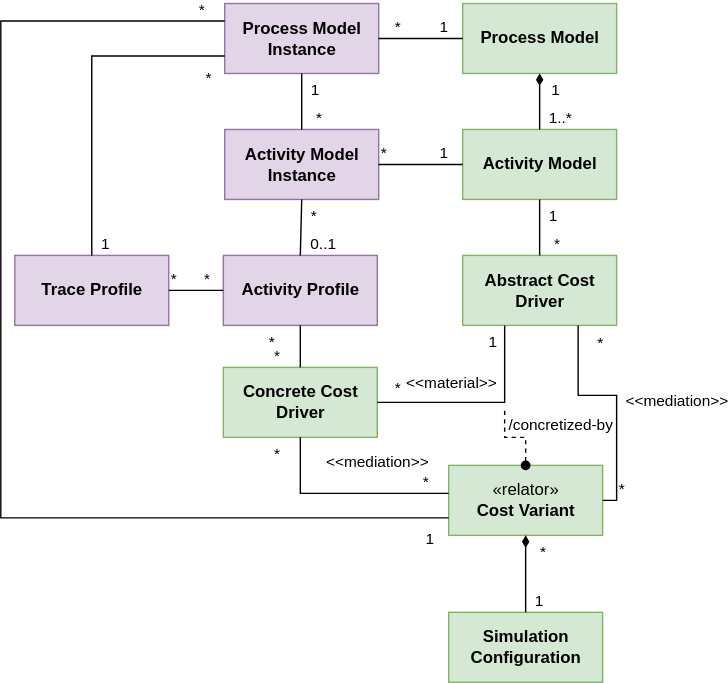
The draw.io diagram metamodel.svg in fyndalf/master-thesis, before a commit. Source tidied: cells renumbered, new cells last; positions are measured from the earlier drawing's top-left corner, leaving out a move shared by most shapes.
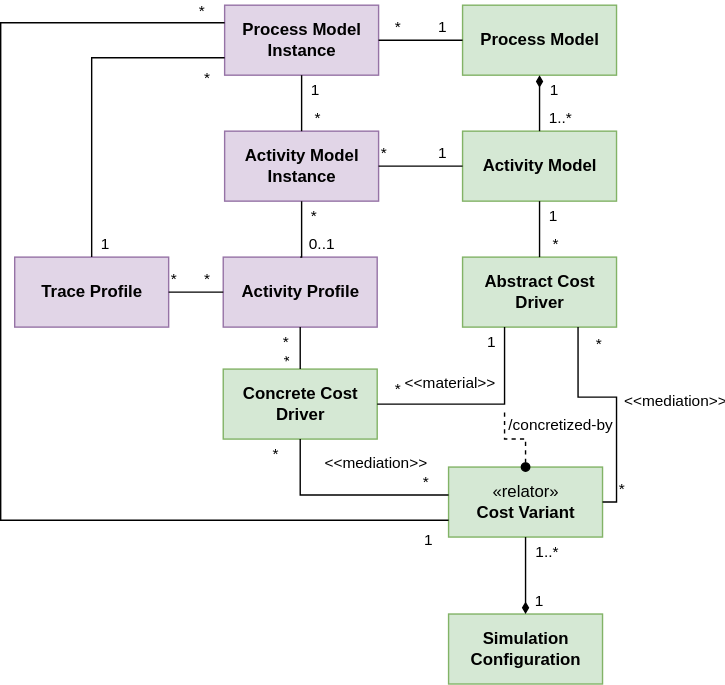
Later version of the same file.

The edit, as a diff of the source:
```diff
@@ -80,7 +80,7 @@
         <mxPoint x="-10" y="23" as="offset" />
       </mxGeometry>
     </mxCell>
-    <mxCell id="22" style="endArrow=diamondThin;html=1;edgeStyle=orthogonalEdgeStyle;rounded=0;entryX=0.5;entryY=1;entryDx=0;entryDy=0;endFill=1;exitX=0.5;exitY=0;exitDx=0;exitDy=0;" parent="1" edge="1" source="10" target="8">
+    <mxCell id="22" style="endArrow=none;html=1;edgeStyle=orthogonalEdgeStyle;rounded=0;entryX=0.5;entryY=1;entryDx=0;entryDy=0;endFill=0;exitX=0.5;exitY=0;exitDx=0;exitDy=0;startArrow=diamondThin;startFill=1;" parent="1" edge="1" source="10" target="8">
       <mxGeometry relative="1" as="geometry" />
     </mxCell>
     <mxCell id="23" value="1" style="edgeLabel;html=1;align=left;verticalAlign=bottom;" parent="22" vertex="1">
@@ -88,9 +88,9 @@
         <mxPoint x="5" as="offset" />
       </mxGeometry>
     </mxCell>
-    <mxCell id="24" value="*" style="edgeLabel;html=1;align=right;verticalAlign=bottom;" parent="22" vertex="1">
+    <mxCell id="24" value="1..*" style="edgeLabel;html=1;align=right;verticalAlign=bottom;" parent="22" vertex="1">
       <mxGeometry x="1" relative="1" as="geometry">
-        <mxPoint x="15" y="20" as="offset" />
+        <mxPoint x="25" y="20" as="offset" />
       </mxGeometry>
     </mxCell>
     <mxCell id="25" style="endArrow=none;html=1;edgeStyle=orthogonalEdgeStyle;rounded=0;entryX=0;entryY=0.75;entryDx=0;entryDy=0;exitX=0;exitY=0.25;exitDx=0;exitDy=0;" parent="1" edge="1" source="5" target="8">
@@ -208,12 +208,12 @@
     </mxCell>
     <mxCell id="48" value="*" style="edgeLabel;html=1;align=left;verticalAlign=bottom;" parent="47" vertex="1">
       <mxGeometry x="-1" relative="1" as="geometry">
-        <mxPoint x="-24" y="20" as="offset" />
+        <mxPoint x="-14" y="20" as="offset" />
       </mxGeometry>
     </mxCell>
-    <mxCell id="49" value="*" style="edgeLabel;html=1;align=right;verticalAlign=bottom;" parent="47" vertex="1">
+    <mxCell id="49" value="*" style="edgeLabel;html=1;align=right;verticalAlign=bottom;rotation=270;" parent="47" vertex="1">
       <mxGeometry x="1" relative="1" as="geometry">
-        <mxPoint x="-14" as="offset" />
+        <mxPoint y="-10" as="offset" />
       </mxGeometry>
     </mxCell>
     <mxCell id="50" style="endArrow=none;html=1;edgeStyle=orthogonalEdgeStyle;rounded=0;exitX=1;exitY=0.5;exitDx=0;exitDy=0;entryX=0.75;entryY=1;entryDx=0;entryDy=0;" parent="1" edge="1" source="8" target="6">
```
